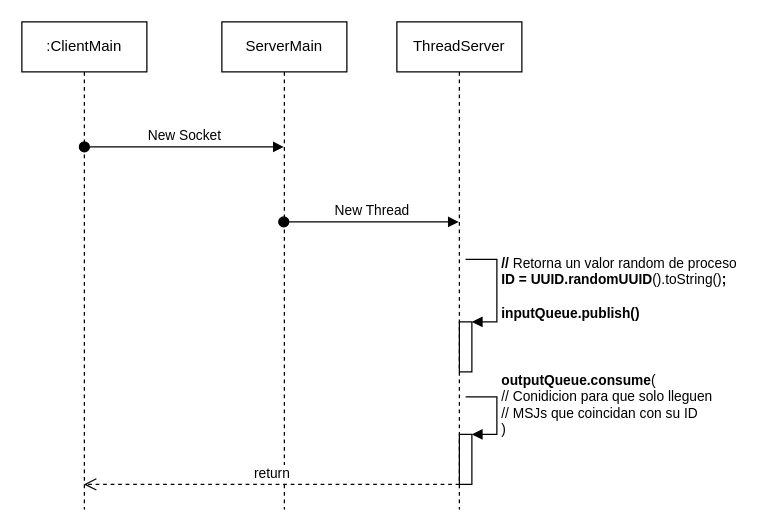
Before: page "dc1" (2 of 4) of Practico2/images/punto3-diagramas.drawio in mrgrassho/41409-Practicas, a draw.io diagram. Source tidied: cells renumbered, new cells numbered last; positions are measured from the earlier drawing's top-left corner, leaving out a move shared by most shapes. Both pictures are drawn from the tidied source at 125%, with x=0, y=0 at pixel (21, 21).
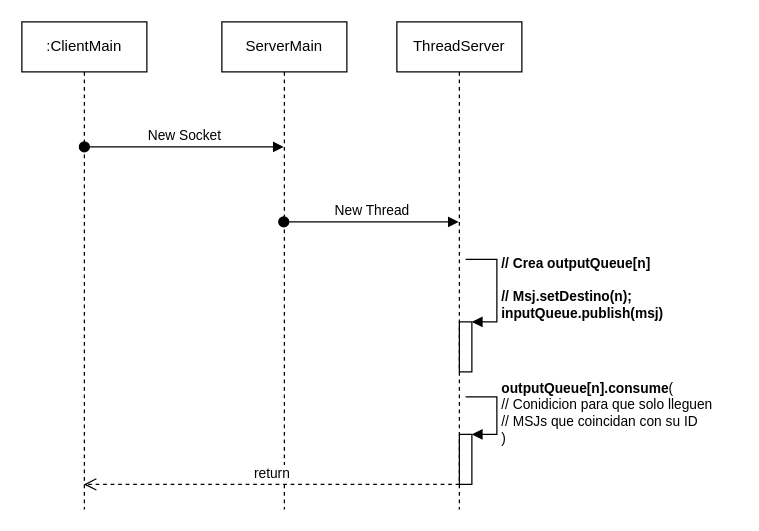
After the change.

Diff of the diagram source:
```diff
@@
 <mxGraphModel>
   <root>
     <mxCell id="0" />
     <mxCell id="1" parent="0" />
     <mxCell id="2" value=":ClientMain" style="shape=umlLifeline;perimeter=lifelinePerimeter;whiteSpace=wrap;html=1;outlineConnect=0;" parent="1" vertex="1">
       <mxGeometry width="100" height="390" as="geometry" />
     </mxCell>
     <mxCell id="3" value="New Socket" style="html=1;verticalAlign=bottom;startArrow=oval;startFill=1;endArrow=block;startSize=8;" parent="2" edge="1" target="4">
       <mxGeometry relative="1" as="geometry">
         <mxPoint x="50" y="100" as="sourcePoint" />
       </mxGeometry>
     </mxCell>
     <mxCell id="4" value="ServerMain" style="shape=umlLifeline;perimeter=lifelinePerimeter;whiteSpace=wrap;html=1;outlineConnect=0;" parent="1" vertex="1">
       <mxGeometry x="160" width="100" height="390" as="geometry" />
     </mxCell>
     <mxCell id="5" value="ThreadServer" style="shape=umlLifeline;perimeter=lifelinePerimeter;whiteSpace=wrap;html=1;outlineConnect=0;" parent="1" vertex="1">
       <mxGeometry x="300" width="100" height="390" as="geometry" />
     </mxCell>
     <mxCell id="6" style="html=1;points=[];perimeter=orthogonalPerimeter;" parent="5" vertex="1">
       <mxGeometry x="50" y="240" width="10" height="40" as="geometry" />
     </mxCell>
-    <mxCell id="7" value="&lt;b&gt;//&amp;nbsp;&lt;/b&gt;Retorna un valor random de proceso&lt;b&gt;&lt;br&gt;ID =&amp;nbsp;&lt;span&gt;UUID&lt;/span&gt;&lt;span&gt;.&lt;/span&gt;&lt;/b&gt;&lt;b&gt;randomUUID&lt;/b&gt;().toString()&lt;b&gt;;&lt;/b&gt;&lt;br&gt;&lt;br&gt;&lt;b&gt;inputQueue.publish()&lt;/b&gt;" style="edgeStyle=orthogonalEdgeStyle;html=1;align=left;spacingLeft=2;endArrow=block;rounded=0;entryX=1;entryY=0;" parent="5" edge="1" target="6">
+    <mxCell id="7" value="&lt;b&gt;// Crea outputQueue[n]&lt;br&gt;&lt;/b&gt;&lt;b&gt;&lt;br&gt;// Msj.setDestino(n);&lt;br&gt;inputQueue.publish(msj)&lt;/b&gt;" style="edgeStyle=orthogonalEdgeStyle;html=1;align=left;spacingLeft=2;endArrow=block;rounded=0;entryX=1;entryY=0;" parent="5" edge="1" target="6">
       <mxGeometry relative="1" as="geometry">
         <mxPoint x="55" y="190" as="sourcePoint" />
         <Array as="points">
           <mxPoint x="80" y="190" />
         </Array>
       </mxGeometry>
     </mxCell>
     <mxCell id="8" style="html=1;points=[];perimeter=orthogonalPerimeter;" parent="5" vertex="1">
       <mxGeometry x="50" y="330" width="10" height="40" as="geometry" />
     </mxCell>
-    <mxCell id="9" value="&lt;b&gt;outputQueue.consume&lt;/b&gt;(&amp;nbsp;&lt;br&gt;// Conidicion para que solo lleguen&lt;br&gt;// MSJs que coincidan con su ID&lt;br&gt;)&lt;br&gt;&lt;br&gt;" style="edgeStyle=orthogonalEdgeStyle;html=1;align=left;spacingLeft=2;endArrow=block;rounded=0;entryX=1;entryY=0;" parent="5" edge="1" target="8">
+    <mxCell id="9" value="&lt;b&gt;&lt;br&gt;&lt;/b&gt;&lt;b&gt;outputQueue[n]&lt;/b&gt;&lt;b&gt;.consume&lt;/b&gt;(&amp;nbsp;&lt;br&gt;// Conidicion para que solo lleguen&lt;br&gt;// MSJs que coincidan con su ID&lt;br&gt;)&lt;br&gt;&lt;br&gt;" style="edgeStyle=orthogonalEdgeStyle;html=1;align=left;spacingLeft=2;endArrow=block;rounded=0;entryX=1;entryY=0;" parent="5" edge="1" target="8">
       <mxGeometry relative="1" as="geometry">
         <mxPoint x="55" y="300" as="sourcePoint" />
         <Array as="points">
           <mxPoint x="80" y="300" />
         </Array>
       </mxGeometry>
     </mxCell>
     <mxCell id="10" value="return" style="html=1;verticalAlign=bottom;endArrow=open;dashed=1;endSize=8;" parent="5" edge="1" target="2">
       <mxGeometry relative="1" as="geometry">
         <mxPoint x="50" y="370" as="sourcePoint" />
       </mxGeometry>
     </mxCell>
     <mxCell id="11" value="New Thread" style="html=1;verticalAlign=bottom;startArrow=oval;startFill=1;endArrow=block;startSize=8;" parent="1" edge="1" source="4" target="5">
       <mxGeometry relative="1" as="geometry">
         <Array as="points">
           <mxPoint x="230" y="160" />
           <mxPoint x="290" y="160" />
         </Array>
       </mxGeometry>
     </mxCell>
   </root>
 </mxGraphModel>
```
